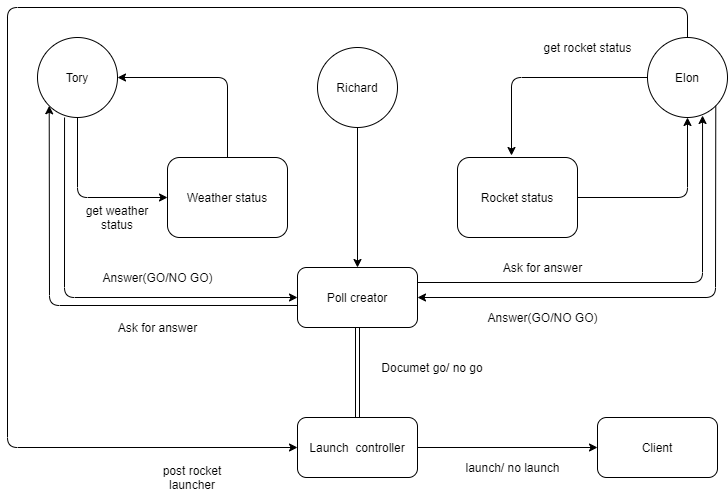
This is docs/archi_scope_1.png from PaulKoffi/box-20-21-team-f-1, a draw.io export, as it was before one commit. Source tidied: cells renumbered, new cells last; positions are measured from the earlier drawing's top-left corner, leaving out a move shared by most shapes.
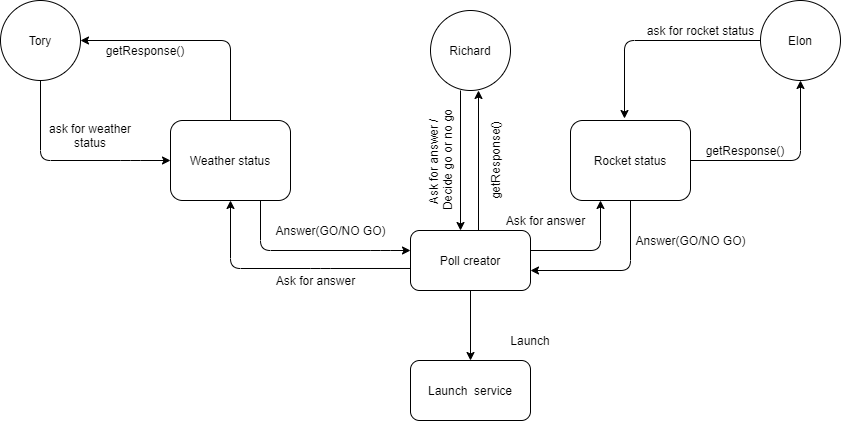
The same file after the commit.

Diff of the diagram source:
```diff
@@ -3,7 +3,7 @@
     <mxCell id="0" />
     <mxCell id="1" parent="0" />
     <mxCell id="2" value="Weather status" style="rounded=1;whiteSpace=wrap;html=1;" parent="1" vertex="1">
-      <mxGeometry x="160" y="150" width="120" height="80" as="geometry" />
+      <mxGeometry x="50" y="150" width="120" height="80" as="geometry" />
     </mxCell>
     <mxCell id="3" value="Rocket status" style="rounded=1;whiteSpace=wrap;html=1;" parent="1" vertex="1">
       <mxGeometry x="450" y="150" width="120" height="80" as="geometry" />
@@ -11,43 +11,42 @@
     <mxCell id="4" value="Poll creator" style="rounded=1;whiteSpace=wrap;html=1;" parent="1" vertex="1">
       <mxGeometry x="290" y="260" width="120" height="60" as="geometry" />
     </mxCell>
-    <mxCell id="5" value="Launch&amp;nbsp; controller" style="rounded=1;whiteSpace=wrap;html=1;" parent="1" vertex="1">
-      <mxGeometry x="290" y="410" width="120" height="60" as="geometry" />
+    <mxCell id="5" value="Launch&amp;nbsp; service" style="rounded=1;whiteSpace=wrap;html=1;" parent="1" vertex="1">
+      <mxGeometry x="290" y="390" width="120" height="60" as="geometry" />
     </mxCell>
-    <mxCell id="6" style="shape=link;html=1;entryX=0.5;entryY=1;entryDx=0;entryDy=0;exitX=0.5;exitY=0;exitDx=0;exitDy=0;" parent="1" edge="1" source="5" target="4">
-      <mxGeometry relative="1" as="geometry" />
-    </mxCell>
     <mxCell id="7" value="Tory" style="ellipse;whiteSpace=wrap;html=1;" parent="1" vertex="1">
-      <mxGeometry x="30" y="30" width="80" height="80" as="geometry" />
+      <mxGeometry x="-120" y="30" width="80" height="80" as="geometry" />
     </mxCell>
-    <mxCell id="8" style="endArrow=classic;html=1;entryX=0;entryY=0.5;entryDx=0;entryDy=0;exitX=0.5;exitY=1;exitDx=0;exitDy=0;" parent="1" edge="1" source="7" target="2">
+    <mxCell id="8" style="endArrow=classic;html=1;exitX=0.5;exitY=1;exitDx=0;exitDy=0;" parent="1" edge="1" source="7">
       <mxGeometry relative="1" as="geometry">
+        <mxPoint x="50" y="190" as="targetPoint" />
         <Array as="points">
-          <mxPoint x="70" y="190" />
+          <mxPoint x="-80" y="190" />
+          <mxPoint x="10" y="190" />
         </Array>
       </mxGeometry>
     </mxCell>
-    <mxCell id="9" value="get weather status" style="text;html=1;strokeColor=none;fillColor=none;align=center;verticalAlign=middle;whiteSpace=wrap;rounded=0;" parent="1" vertex="1">
-      <mxGeometry x="60" y="200" width="100" height="20" as="geometry" />
+    <mxCell id="9" value="ask for weather status" style="text;html=1;strokeColor=none;fillColor=none;align=center;verticalAlign=middle;whiteSpace=wrap;rounded=0;" parent="1" vertex="1">
+      <mxGeometry x="-80" y="155" width="100" height="20" as="geometry" />
     </mxCell>
     <mxCell id="10" style="endArrow=classic;html=1;entryX=1;entryY=0.5;entryDx=0;entryDy=0;exitX=0.5;exitY=0;exitDx=0;exitDy=0;" parent="1" edge="1" source="2" target="7">
       <mxGeometry relative="1" as="geometry">
         <Array as="points">
-          <mxPoint x="220" y="70" />
+          <mxPoint x="110" y="70" />
         </Array>
       </mxGeometry>
     </mxCell>
-    <mxCell id="11" value="post rocket launcher" style="text;html=1;strokeColor=none;fillColor=none;align=center;verticalAlign=middle;whiteSpace=wrap;rounded=0;" parent="1" vertex="1">
-      <mxGeometry x="130" y="460" width="110" height="20" as="geometry" />
-    </mxCell>
     <mxCell id="12" value="Richard" style="ellipse;whiteSpace=wrap;html=1;" parent="1" vertex="1">
       <mxGeometry x="310" y="40" width="80" height="80" as="geometry" />
     </mxCell>
-    <mxCell id="13" style="endArrow=classic;html=1;exitX=0.5;exitY=1;exitDx=0;exitDy=0;entryX=0.5;entryY=0;entryDx=0;entryDy=0;" parent="1" edge="1" source="12" target="4">
-      <mxGeometry relative="1" as="geometry" />
+    <mxCell id="13" style="endArrow=classic;html=1;" parent="1" edge="1">
+      <mxGeometry relative="1" as="geometry">
+        <mxPoint x="340" y="120" as="sourcePoint" />
+        <mxPoint x="340" y="260" as="targetPoint" />
+      </mxGeometry>
     </mxCell>
-    <mxCell id="14" value="Documet go/ no go" style="text;html=1;strokeColor=none;fillColor=none;align=center;verticalAlign=middle;whiteSpace=wrap;rounded=0;" parent="1" vertex="1">
-      <mxGeometry x="340" y="350" width="170" height="20" as="geometry" />
+    <mxCell id="14" value="Launch" style="text;html=1;strokeColor=none;fillColor=none;align=center;verticalAlign=middle;whiteSpace=wrap;rounded=0;" parent="1" vertex="1">
+      <mxGeometry x="370" y="360" width="80" height="20" as="geometry" />
     </mxCell>
     <mxCell id="15" value="Elon" style="ellipse;whiteSpace=wrap;html=1;" parent="1" vertex="1">
       <mxGeometry x="640" y="30" width="80" height="80" as="geometry" />
@@ -59,8 +58,8 @@
         </Array>
       </mxGeometry>
     </mxCell>
-    <mxCell id="17" value="get rocket status" style="text;html=1;align=center;verticalAlign=middle;" parent="1" vertex="1">
-      <mxGeometry x="530" y="30" width="100" height="20" as="geometry" />
+    <mxCell id="17" value="ask for rocket status" style="text;html=1;align=center;verticalAlign=middle;" parent="1" vertex="1">
+      <mxGeometry x="520" y="50" width="120" height="20" as="geometry" />
     </mxCell>
     <mxCell id="18" style="endArrow=classic;html=1;entryX=0.5;entryY=1;entryDx=0;entryDy=0;exitX=1;exitY=0.5;exitDx=0;exitDy=0;" parent="1" edge="1" source="3" target="15">
       <mxGeometry relative="1" as="geometry">
@@ -69,63 +68,77 @@
         </Array>
       </mxGeometry>
     </mxCell>
-    <mxCell id="19" value="Client" style="rounded=1;whiteSpace=wrap;html=1;" parent="1" vertex="1">
-      <mxGeometry x="590" y="410" width="120" height="60" as="geometry" />
-    </mxCell>
-    <mxCell id="20" style="endArrow=classic;html=1;exitX=1;exitY=0.5;exitDx=0;exitDy=0;entryX=0;entryY=0.5;entryDx=0;entryDy=0;" parent="1" edge="1" source="5" target="19">
-      <mxGeometry relative="1" as="geometry" />
-    </mxCell>
-    <mxCell id="21" value="launch/ no launch" style="text;html=1;align=center;verticalAlign=middle;" parent="1" vertex="1">
-      <mxGeometry x="450" y="450" width="110" height="20" as="geometry" />
-    </mxCell>
-    <mxCell id="22" style="endArrow=classic;html=1;entryX=0;entryY=0.5;entryDx=0;entryDy=0;exitX=0.5;exitY=0;exitDx=0;exitDy=0;" parent="1" edge="1" source="15" target="5">
-      <mxGeometry relative="1" as="geometry">
-        <Array as="points">
-          <mxPoint x="680" />
-          <mxPoint />
-          <mxPoint y="440" />
-        </Array>
-      </mxGeometry>
-    </mxCell>
-    <mxCell id="23" style="endArrow=classic;html=1;exitX=0;exitY=0.633;exitDx=0;exitDy=0;exitPerimeter=0;entryX=0;entryY=1;entryDx=0;entryDy=0;" parent="1" edge="1" source="4" target="7">
+    <mxCell id="23" style="endArrow=classic;html=1;exitX=0;exitY=0.633;exitDx=0;exitDy=0;exitPerimeter=0;entryX=0.5;entryY=1;entryDx=0;entryDy=0;" parent="1" edge="1" source="4" target="2">
       <mxGeometry relative="1" as="geometry">
         <Array as="points">
-          <mxPoint x="42" y="298" />
+          <mxPoint x="200" y="298" />
+          <mxPoint x="110" y="298" />
         </Array>
       </mxGeometry>
     </mxCell>
-    <mxCell id="24" style="endArrow=classic;html=1;exitX=0.338;exitY=1;exitDx=0;exitDy=0;exitPerimeter=0;entryX=0;entryY=0.5;entryDx=0;entryDy=0;" parent="1" edge="1" source="7" target="4">
+    <mxCell id="24" style="endArrow=classic;html=1;exitX=0.75;exitY=1;exitDx=0;exitDy=0;" parent="1" edge="1" source="2">
       <mxGeometry relative="1" as="geometry">
+        <mxPoint x="290" y="280" as="targetPoint" />
         <Array as="points">
-          <mxPoint x="57" y="290" />
+          <mxPoint x="140" y="280" />
+          <mxPoint x="260" y="280" />
         </Array>
       </mxGeometry>
     </mxCell>
     <mxCell id="25" value="Ask for answer" style="text;html=1;align=center;verticalAlign=middle;" parent="1" vertex="1">
-      <mxGeometry x="95" y="310" width="110" height="20" as="geometry" />
+      <mxGeometry x="140" y="300" width="110" height="20" as="geometry" />
     </mxCell>
     <mxCell id="26" value="Answer(GO/NO GO)" style="text;html=1;align=center;verticalAlign=middle;" parent="1" vertex="1">
-      <mxGeometry x="80" y="260" width="140" height="20" as="geometry" />
+      <mxGeometry x="140" y="250" width="140" height="20" as="geometry" />
     </mxCell>
-    <mxCell id="27" style="endArrow=classic;html=1;exitX=1;exitY=0.25;exitDx=0;exitDy=0;entryX=0.688;entryY=0.975;entryDx=0;entryDy=0;entryPerimeter=0;" parent="1" edge="1" source="4" target="15">
+    <mxCell id="27" style="endArrow=classic;html=1;entryX=0.25;entryY=1;entryDx=0;entryDy=0;" parent="1" edge="1" target="3">
       <mxGeometry relative="1" as="geometry">
+        <mxPoint x="410" y="280" as="sourcePoint" />
         <Array as="points">
-          <mxPoint x="695" y="275" />
+          <mxPoint x="480" y="280" />
         </Array>
       </mxGeometry>
     </mxCell>
     <mxCell id="28" value="Ask for answer" style="text;html=1;align=center;verticalAlign=middle;" parent="1" vertex="1">
-      <mxGeometry x="480" y="250" width="110" height="20" as="geometry" />
+      <mxGeometry x="370" y="240" width="110" height="20" as="geometry" />
     </mxCell>
-    <mxCell id="29" style="endArrow=classic;html=1;entryX=1;entryY=0.5;entryDx=0;entryDy=0;exitX=1;exitY=1;exitDx=0;exitDy=0;" parent="1" edge="1" source="15" target="4">
+    <mxCell id="29" style="endArrow=classic;html=1;exitX=0.5;exitY=1;exitDx=0;exitDy=0;" parent="1" edge="1" source="3">
       <mxGeometry relative="1" as="geometry">
+        <mxPoint x="410" y="300" as="targetPoint" />
         <Array as="points">
-          <mxPoint x="708" y="290" />
+          <mxPoint x="510" y="300" />
         </Array>
       </mxGeometry>
     </mxCell>
     <mxCell id="30" value="Answer(GO/NO GO)" style="text;html=1;align=center;verticalAlign=middle;" parent="1" vertex="1">
-      <mxGeometry x="465" y="300" width="140" height="20" as="geometry" />
+      <mxGeometry x="500" y="260" width="140" height="20" as="geometry" />
     </mxCell>
+    <mxCell id="31" value="getResponse()" style="text;html=1;strokeColor=none;fillColor=none;align=center;verticalAlign=middle;whiteSpace=wrap;rounded=0;" parent="1" vertex="1">
+      <mxGeometry x="-30" y="70" width="110" height="20" as="geometry" />
+    </mxCell>
+    <mxCell id="32" value="getResponse()" style="text;html=1;strokeColor=none;fillColor=none;align=center;verticalAlign=middle;whiteSpace=wrap;rounded=0;" parent="1" vertex="1">
+      <mxGeometry x="570" y="170" width="110" height="20" as="geometry" />
+    </mxCell>
+    <mxCell id="33" style="edgeStyle=orthogonalEdgeStyle;rounded=0;orthogonalLoop=1;jettySize=auto;html=1;" parent="1" edge="1">
+      <mxGeometry relative="1" as="geometry">
+        <mxPoint x="360" y="260" as="sourcePoint" />
+        <mxPoint x="358" y="120" as="targetPoint" />
+        <Array as="points">
+          <mxPoint x="358" y="260" />
+        </Array>
+      </mxGeometry>
+    </mxCell>
+    <mxCell id="34" value="Ask for answer / &lt;br&gt;Decide go or no go" style="text;html=1;align=center;verticalAlign=middle;rotation=-90;" parent="1" vertex="1">
+      <mxGeometry x="260" y="175" width="120" height="30" as="geometry" />
+    </mxCell>
+    <mxCell id="35" value="getResponse()" style="text;html=1;strokeColor=none;fillColor=none;align=center;verticalAlign=middle;whiteSpace=wrap;rounded=0;rotation=-90;" parent="1" vertex="1">
+      <mxGeometry x="320" y="180" width="110" height="20" as="geometry" />
+    </mxCell>
+    <mxCell id="36" style="endArrow=classic;html=1;exitX=0.5;exitY=1;exitDx=0;exitDy=0;entryX=0.5;entryY=0;entryDx=0;entryDy=0;" parent="1" edge="1" source="4" target="5">
+      <mxGeometry relative="1" as="geometry" />
+    </mxCell>
+    <mxCell id="37" style="edgeStyle=orthogonalEdgeStyle;rounded=0;orthogonalLoop=1;jettySize=auto;html=1;exitX=0.5;exitY=1;exitDx=0;exitDy=0;" parent="1" edge="1" source="14" target="14">
+      <mxGeometry relative="1" as="geometry" />
+    </mxCell>
   </root>
 </mxGraphModel>
```
